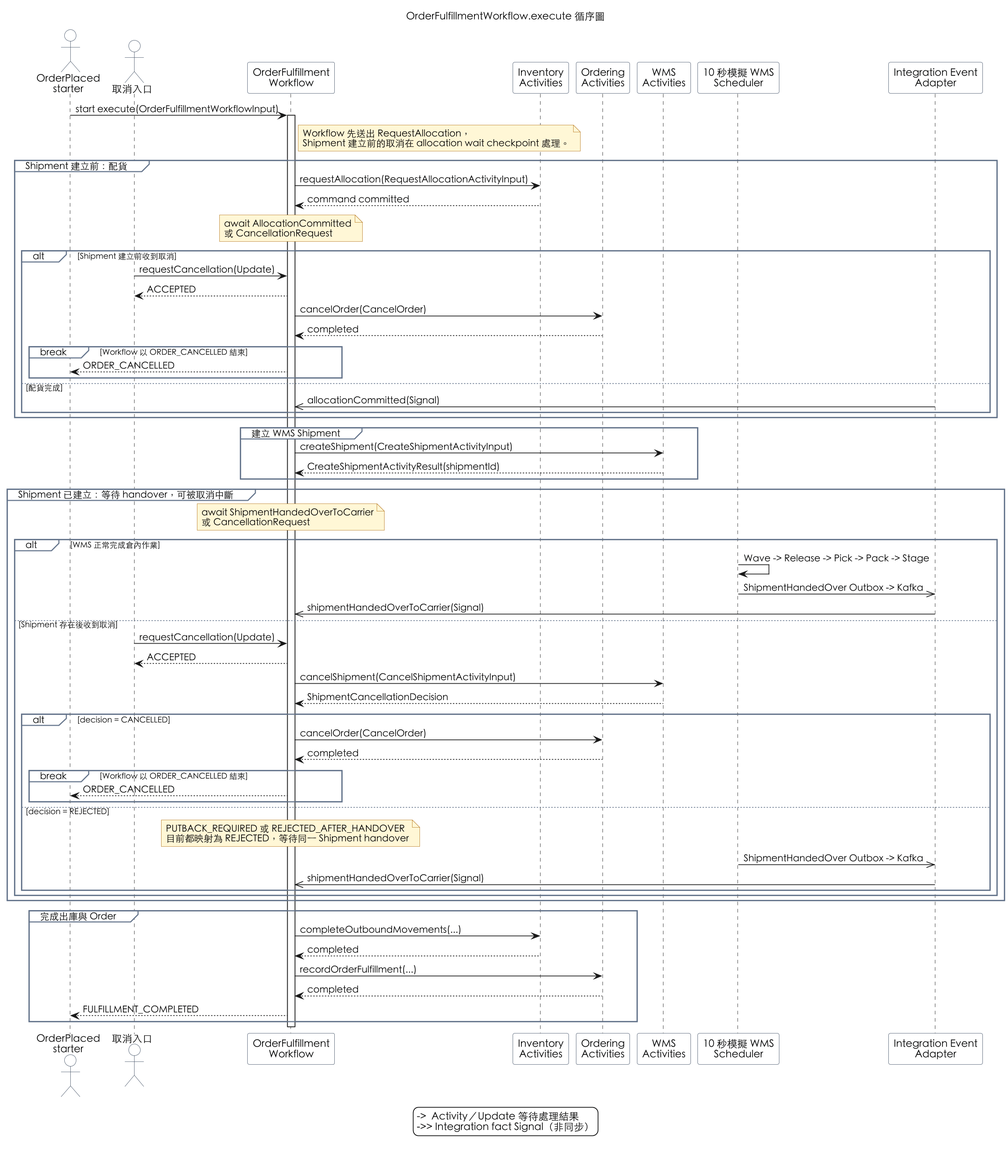
Above: docs/order-fulfillment-process-execute-sequence.png in zhjiangexe/order-allocation-arch-demo (PlantUML), before the change.
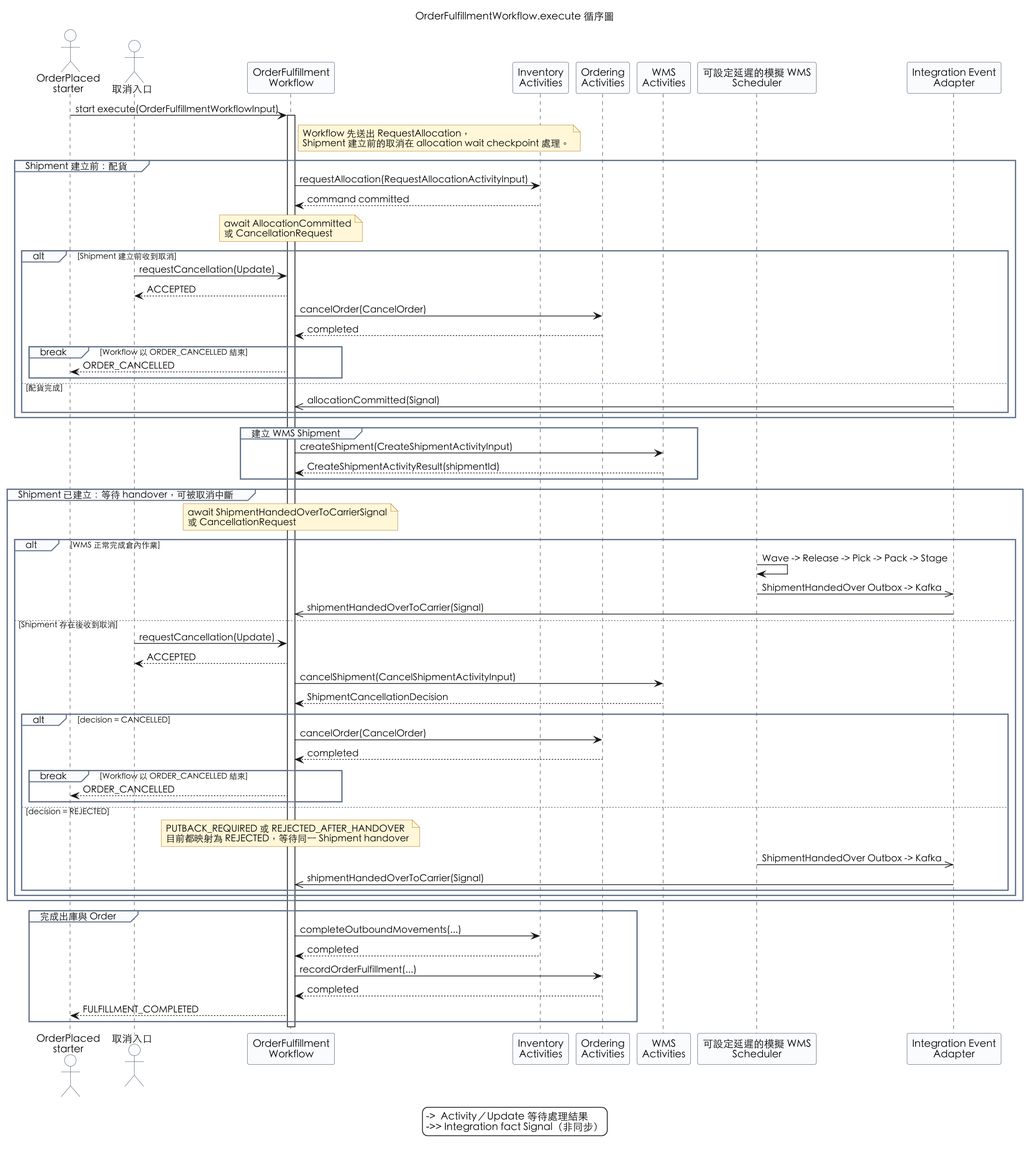
Above is the later version.

Diff of the diagram source:
```diff
@@ -21,7 +21,7 @@
 participant "Inventory\nActivities" as INV
 participant "Ordering\nActivities" as ORD
 participant "WMS\nActivities" as WMS
-participant "10 秒模擬 WMS\nScheduler" as SimWms
+participant "可設定延遲的模擬 WMS\nScheduler" as SimWms
 participant "Integration Event\nAdapter" as EventAdapter
 
 Starter -> WF: start execute(OrderFulfillmentWorkflowInput)
@@ -55,7 +55,7 @@
 end
 
 group Shipment 已建立：等待 handover，可被取消中斷
-  note over WF: await ShipmentHandedOverToCarrier\n或 CancellationRequest
+  note over WF: await ShipmentHandedOverToCarrierSignal\n或 CancellationRequest
 
   alt WMS 正常完成倉內作業
     SimWms -> SimWms: Wave -> Release -> Pick -> Pack -> Stage
```
